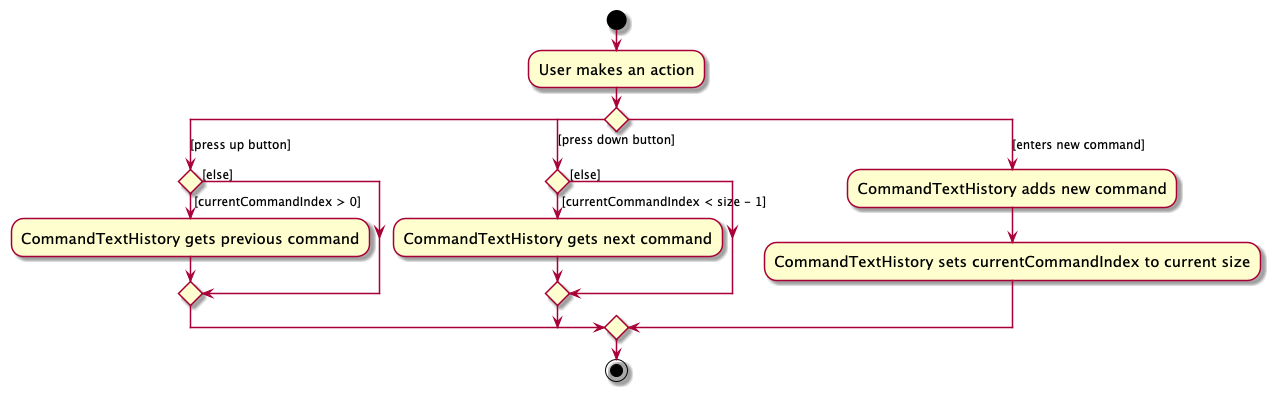
The PlantUML diagram docs/images/CommandTextHistoryActivityDiagram.png in nus-cs2103-AY2425S1/tp, before a commit. Its diagram source:
```plantuml
@startuml

skin rose
skinparam ActivityFontSize 15
skinparam ArrowFontSize 12

start
:User makes an action;
switch()
case ([press up button])
    if () then ([currentCommandIndex > 0])
        :CommandTextHistory gets previous command;
    else ([else])
    endif
case ([press down button])
    if () then ([currentCommandIndex < size - 1])
        :CommandTextHistory gets next command;
    else ([else])
    endif
case ([enters new command])
    :CommandTextHistory adds new command;
    :CommandTextHistory sets currentCommandIndex to current size;
endswitch
stop

@enduml
```
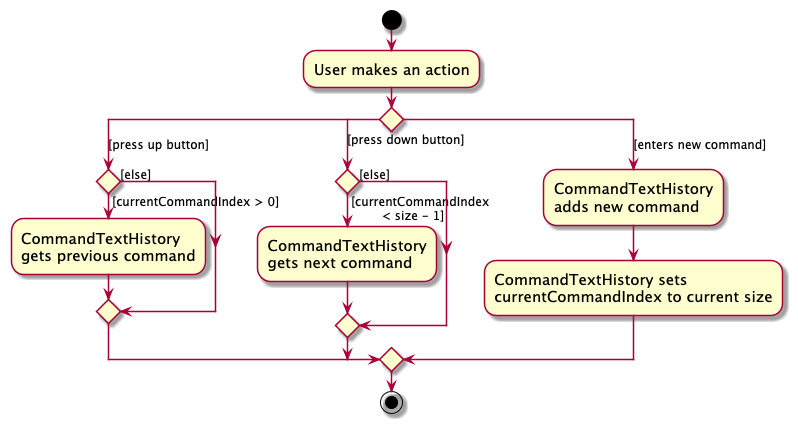
Later version of the same file.

Commit message:
Make activity diagram more compact

What changed in the source:
```diff
@@ -9,17 +9,20 @@
 switch()
 case ([press up button])
     if () then ([currentCommandIndex > 0])
-        :CommandTextHistory gets previous command;
+        :CommandTextHistory \ngets previous command;
     else ([else])
     endif
 case ([press down button])
-    if () then ([currentCommandIndex < size - 1])
-        :CommandTextHistory gets next command;
+    if () then ([currentCommandIndex \n        < size - 1])
+        :CommandTextHistory
+        gets next command;
     else ([else])
     endif
 case ([enters new command])
-    :CommandTextHistory adds new command;
-    :CommandTextHistory sets currentCommandIndex to current size;
+    :CommandTextHistory
+    adds new command;
+    :CommandTextHistory sets
+    currentCommandIndex to current size;
 endswitch
 stop
 
```
